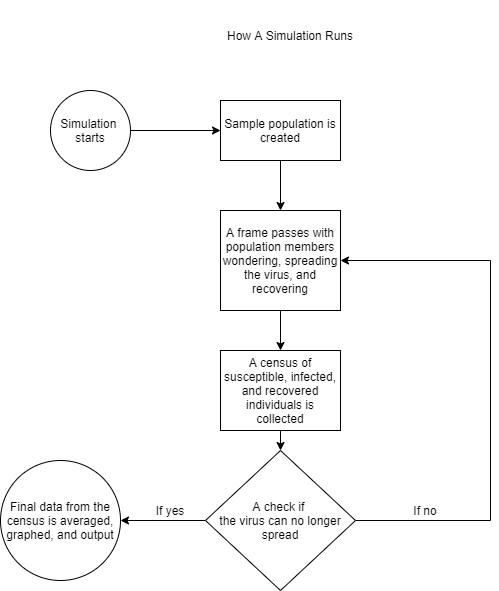
The draw.io diagram How A Simulation Runs.png in Dclark4444/SIR_Simulation, before a commit. Source tidied: cells renumbered, new cells last; positions are measured from the earlier drawing's top-left corner, leaving out a move shared by most shapes.
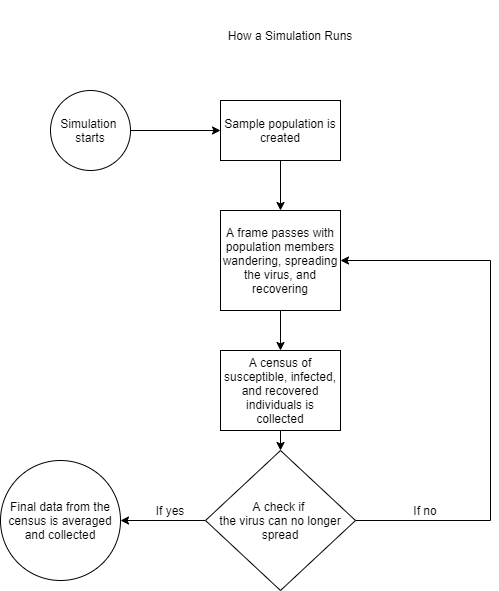
Above is the later version.

Change to the diagram source:
```diff
@@ -11,7 +11,7 @@
     <mxCell id="4" style="edgeStyle=orthogonalEdgeStyle;rounded=0;jettySize=auto;html=1;exitX=0.5;exitY=1;exitDx=0;exitDy=0;entryX=0.5;entryY=0;entryDx=0;entryDy=0;" parent="1" edge="1" source="5" target="7">
       <mxGeometry relative="1" as="geometry" />
     </mxCell>
-    <mxCell id="5" value="A frame passes with population members wondering, spreading the virus, and recovering" style="rounded=0;whiteSpace=wrap;html=1;" parent="1" vertex="1">
+    <mxCell id="5" value="A frame passes with population members wandering, spreading the virus, and recovering" style="rounded=0;whiteSpace=wrap;html=1;" parent="1" vertex="1">
       <mxGeometry x="220" y="210" width="120" height="100" as="geometry" />
     </mxCell>
     <mxCell id="6" style="edgeStyle=orthogonalEdgeStyle;rounded=0;jettySize=auto;html=1;exitX=0.5;exitY=1;exitDx=0;exitDy=0;entryX=0.5;entryY=0;entryDx=0;entryDy=0;" parent="1" edge="1" source="7" target="10">
@@ -43,13 +43,13 @@
     <mxCell id="13" value="If no" style="text;html=1;strokeColor=none;fillColor=none;align=center;verticalAlign=middle;whiteSpace=wrap;rounded=0;" parent="1" vertex="1">
       <mxGeometry x="355" y="485" width="140" height="50" as="geometry" />
     </mxCell>
-    <mxCell id="14" value="Final data from the census is averaged, graphed, and output" style="ellipse;whiteSpace=wrap;html=1;" parent="1" vertex="1">
+    <mxCell id="14" value="Final data from the census is averaged and collected" style="ellipse;whiteSpace=wrap;html=1;" parent="1" vertex="1">
       <mxGeometry y="460" width="120" height="120" as="geometry" />
     </mxCell>
     <mxCell id="15" value="If yes" style="text;html=1;strokeColor=none;fillColor=none;align=center;verticalAlign=middle;whiteSpace=wrap;rounded=0;" parent="1" vertex="1">
       <mxGeometry x="140" y="500" width="60" height="20" as="geometry" />
     </mxCell>
-    <mxCell id="16" value="How A Simulation Runs" style="text;html=1;strokeColor=none;fillColor=none;align=center;verticalAlign=middle;whiteSpace=wrap;rounded=0;" parent="1" vertex="1">
+    <mxCell id="16" value="How a Simulation Runs" style="text;html=1;strokeColor=none;fillColor=none;align=center;verticalAlign=middle;whiteSpace=wrap;rounded=0;" parent="1" vertex="1">
       <mxGeometry x="160" width="260" height="70" as="geometry" />
     </mxCell>
   </root>
```
